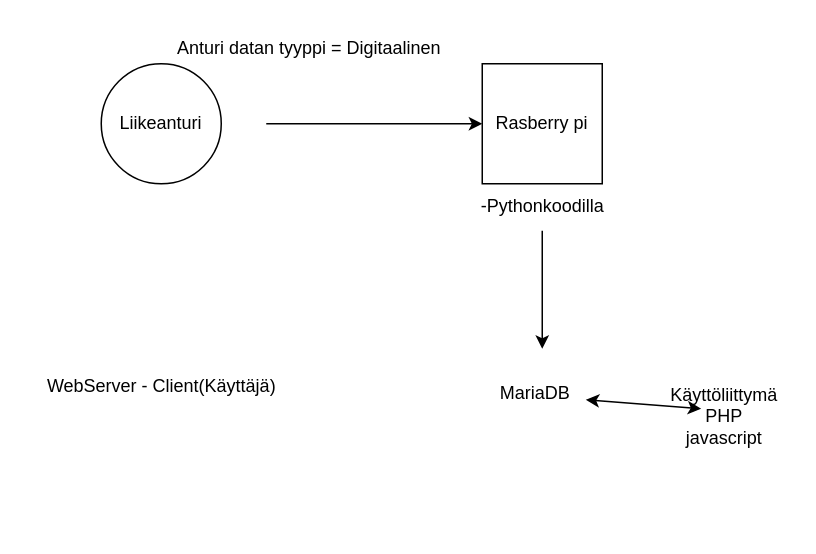
YusuferX/IoT-1 keeps this draw.io diagram as Nimetön kaavio.drawio. Above is the earlier version. Source tidied: cells renumbered, new cells numbered last; positions are measured from the earlier drawing's top-left corner, leaving out a move shared by most shapes. Both pictures are drawn from the tidied source at 150%, with x=0, y=0 at pixel (26, 26).
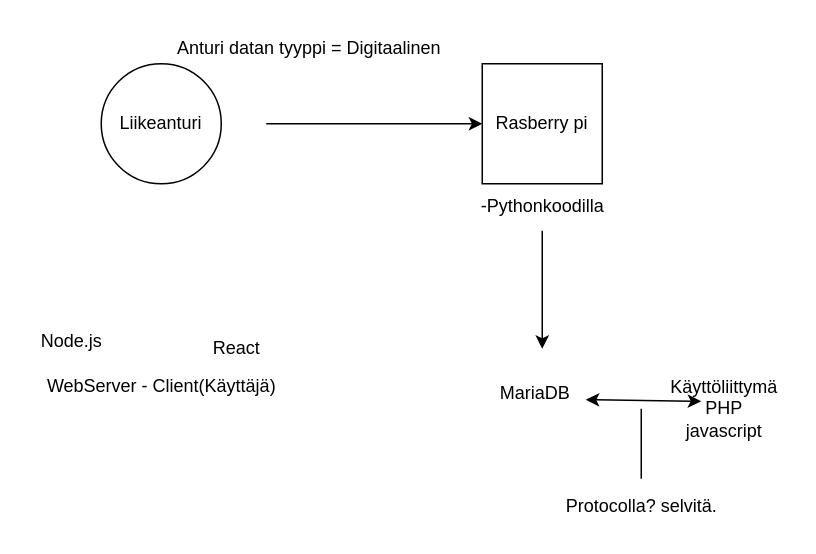
The same page after the edit.

Change to the diagram source:
```diff
@@
 <mxGraphModel>
   <root>
     <mxCell id="0" />
     <mxCell id="1" parent="0" />
     <mxCell id="2" value="Liikeanturi" style="ellipse;whiteSpace=wrap;html=1;" parent="1" vertex="1">
       <mxGeometry x="50" y="25" width="80" height="80" as="geometry" />
     </mxCell>
     <mxCell id="3" style="endArrow=classic;html=1;rounded=0;" parent="1" edge="1" target="4">
       <mxGeometry relative="1" as="geometry">
         <mxPoint x="160" y="65" as="sourcePoint" />
       </mxGeometry>
     </mxCell>
     <mxCell id="4" value="Rasberry pi" style="whiteSpace=wrap;html=1;" parent="1" vertex="1">
       <mxGeometry x="304" y="25" width="80" height="80" as="geometry" />
     </mxCell>
     <mxCell id="5" value="Anturi datan tyyppi = Digitaalinen&amp;nbsp;" style="text;html=1;align=center;verticalAlign=middle;strokeColor=none;fillColor=none;" parent="1" vertex="1">
       <mxGeometry x="90" width="200" height="30" as="geometry" />
     </mxCell>
     <mxCell id="6" value="-Pythonkoodilla" style="text;html=1;align=center;verticalAlign=middle;points=[];strokeColor=none;fillColor=none;" parent="1" vertex="1">
       <mxGeometry x="289" y="105" width="110" height="30" as="geometry" />
     </mxCell>
     <mxCell id="7" style="endArrow=classic;html=1;rounded=0;exitX=0.5;exitY=1.044;exitDx=0;exitDy=0;exitPerimeter=0;" parent="1" edge="1" source="6">
       <mxGeometry relative="1" as="geometry">
         <mxPoint x="344" y="215" as="targetPoint" />
       </mxGeometry>
     </mxCell>
     <mxCell id="8" value="MariaDB" style="text;html=1;align=center;verticalAlign=middle;points=[];strokeColor=none;fillColor=none;" parent="1" vertex="1">
       <mxGeometry x="304" y="230" width="70" height="30" as="geometry" />
     </mxCell>
     <mxCell id="9" value="Käyttöliittymä &lt;br&gt;PHP&lt;br&gt;javascript" style="text;html=1;align=center;verticalAlign=middle;points=[];strokeColor=none;fillColor=none;" parent="1" vertex="1">
-      <mxGeometry x="420" y="230" width="90" height="60" as="geometry" />
+      <mxGeometry x="420" y="225" width="90" height="60" as="geometry" />
     </mxCell>
     <mxCell id="10" style="endArrow=classic;startArrow=classic;html=1;rounded=0;exitX=0.986;exitY=0.633;exitDx=0;exitDy=0;exitPerimeter=0;entryX=0.333;entryY=0.417;entryDx=0;entryDy=0;entryPerimeter=0;" parent="1" edge="1" source="8" target="9">
       <mxGeometry relative="1" as="geometry" />
     </mxCell>
     <mxCell id="11" value="WebServer - Client(Käyttäjä)" style="text;html=1;align=center;verticalAlign=middle;strokeColor=none;fillColor=none;" parent="1" vertex="1">
       <mxGeometry y="225" width="180" height="30" as="geometry" />
     </mxCell>
+    <mxCell id="12" value="Node.js" style="text;html=1;align=center;verticalAlign=middle;strokeColor=none;fillColor=none;" parent="1" vertex="1">
+      <mxGeometry y="195" width="60" height="30" as="geometry" />
+    </mxCell>
+    <mxCell id="13" value="React&lt;br&gt;" style="text;html=1;align=center;verticalAlign=middle;strokeColor=none;fillColor=none;" parent="1" vertex="1">
+      <mxGeometry x="115" y="200" width="50" height="30" as="geometry" />
+    </mxCell>
+    <mxCell id="14" value="Protocolla? selvitä." style="text;html=1;align=center;verticalAlign=middle;points=[];strokeColor=none;fillColor=none;" parent="1" vertex="1">
+      <mxGeometry x="350" y="305" width="120" height="30" as="geometry" />
+    </mxCell>
+    <mxCell id="15" style="endArrow=none;html=1;rounded=0;exitX=0.5;exitY=-0.111;exitDx=0;exitDy=0;exitPerimeter=0;" parent="1" edge="1" source="14">
+      <mxGeometry relative="1" as="geometry">
+        <mxPoint x="410" y="255" as="targetPoint" />
+      </mxGeometry>
+    </mxCell>
   </root>
 </mxGraphModel>
```
